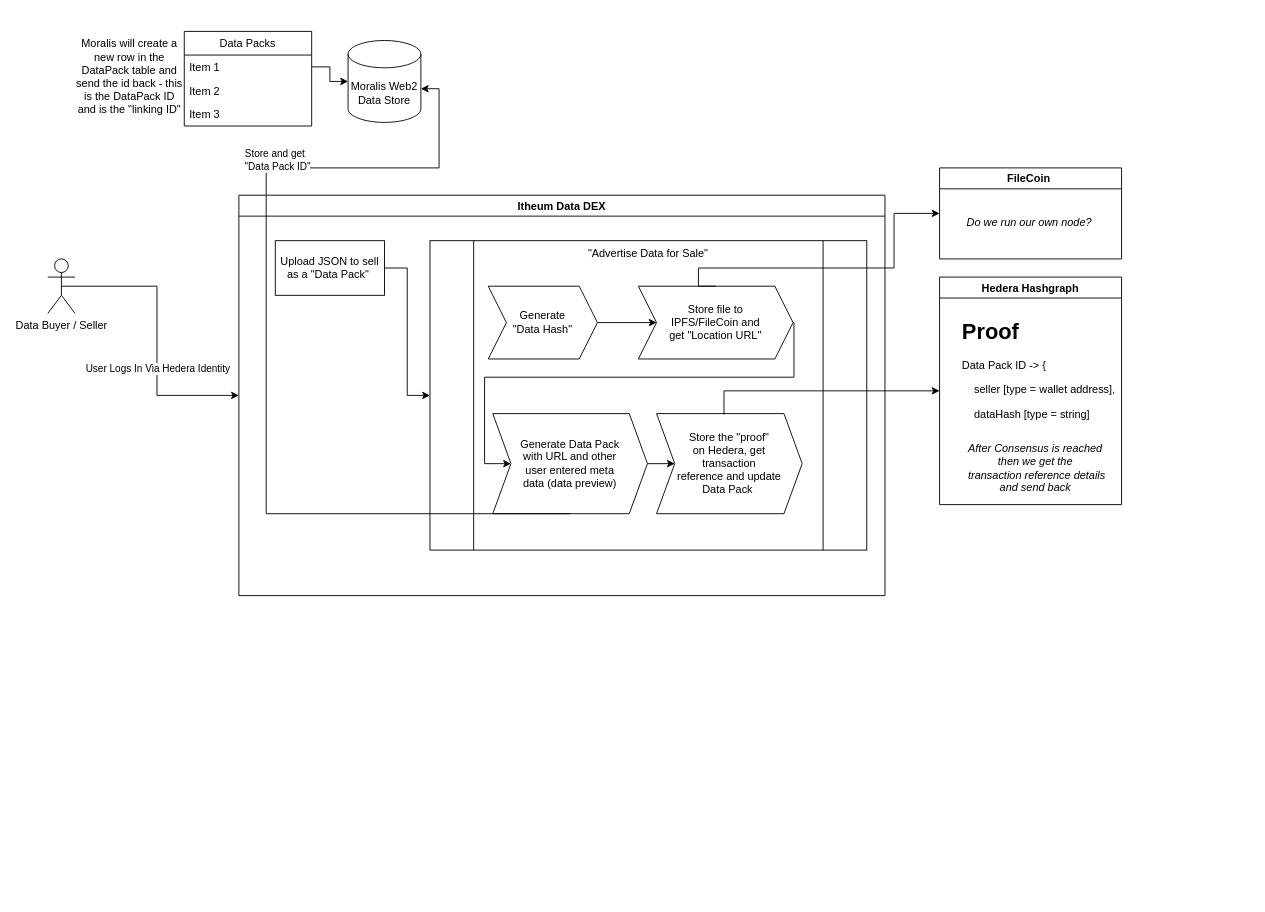
Earlier version of the draw.io diagram EnterpriseDex.drawio (Itheum/architecture-diagrams). Source tidied: cells renumbered, new cells numbered last; positions are measured from the earlier drawing's top-left corner, leaving out a move shared by most shapes. Both pictures are drawn from the tidied source at 91%, with x=0, y=0 at pixel (47, 31).
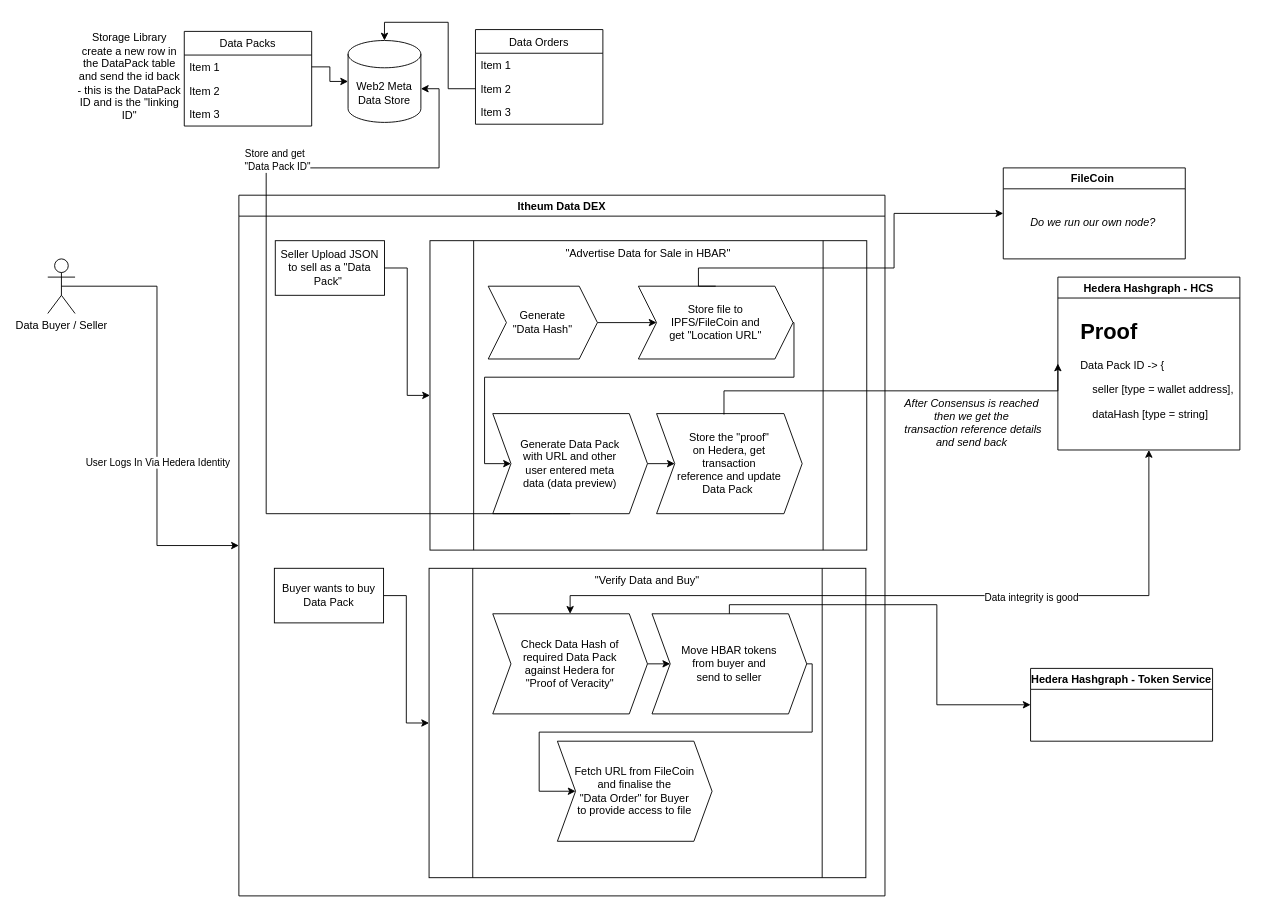
The same diagram, later.

What changed in the source:
```diff
@@
     <mxCell id="2" value="Itheum Data DEX" style="swimlane;" parent="1" vertex="1">
-      <mxGeometry x="210" y="180" width="710" height="440" as="geometry" />
+      <mxGeometry x="210" y="180" width="710" height="770" as="geometry" />
     </mxCell>
@@
-    <mxCell id="4" value="Upload JSON to sell as a &quot;Data Pack&quot;&amp;nbsp;" style="rounded=0;whiteSpace=wrap;html=1;" parent="2" vertex="1">
+    <mxCell id="4" value="Seller Upload JSON to sell as a &quot;Data Pack&quot;&amp;nbsp;" style="rounded=0;whiteSpace=wrap;html=1;" parent="2" vertex="1">
       <mxGeometry x="40" y="50" width="120" height="60" as="geometry" />
     </mxCell>
-    <mxCell id="5" value="&quot;Advertise Data for Sale&quot;" style="shape=process;whiteSpace=wrap;html=1;backgroundOutline=1;verticalAlign=top;" parent="2" vertex="1">
+    <mxCell id="5" value="&quot;Advertise Data for Sale in HBAR&quot;" style="shape=process;whiteSpace=wrap;html=1;backgroundOutline=1;verticalAlign=top;" parent="2" vertex="1">
       <mxGeometry x="210" y="50" width="480" height="340" as="geometry" />
     </mxCell>
@@
+    <mxCell id="32" style="edgeStyle=orthogonalEdgeStyle;rounded=0;jettySize=auto;html=1;entryX=0;entryY=0.5;entryDx=0;entryDy=0;startArrow=none;startFill=0;" parent="2" edge="1" source="33" target="34">
+      <mxGeometry relative="1" as="geometry" />
+    </mxCell>
+    <mxCell id="33" value="Buyer wants to buy Data Pack" style="rounded=0;whiteSpace=wrap;html=1;" parent="2" vertex="1">
+      <mxGeometry x="39" y="410" width="120" height="60" as="geometry" />
+    </mxCell>
+    <mxCell id="34" value="&quot;Verify Data and Buy&quot;" style="shape=process;whiteSpace=wrap;html=1;backgroundOutline=1;verticalAlign=top;" parent="2" vertex="1">
+      <mxGeometry x="209" y="410" width="480" height="340" as="geometry" />
+    </mxCell>
+    <mxCell id="35" style="edgeStyle=orthogonalEdgeStyle;rounded=0;jettySize=auto;html=1;exitX=1;exitY=0.5;exitDx=0;exitDy=0;entryX=0;entryY=0.5;entryDx=0;entryDy=0;startArrow=none;startFill=0;" parent="2" edge="1" source="36" target="38">
+      <mxGeometry relative="1" as="geometry" />
+    </mxCell>
+    <mxCell id="36" value="Check Data Hash of &lt;br&gt;required Data Pack &lt;br&gt;against Hedera for &lt;br&gt;&quot;Proof of Veracity&quot;" style="shape=step;perimeter=stepPerimeter;whiteSpace=wrap;html=1;fixedSize=1;" parent="2" vertex="1">
+      <mxGeometry x="279" y="460" width="170" height="110" as="geometry" />
+    </mxCell>
+    <mxCell id="37" style="edgeStyle=orthogonalEdgeStyle;rounded=0;jettySize=auto;html=1;exitX=1;exitY=0.5;exitDx=0;exitDy=0;entryX=0;entryY=0.5;entryDx=0;entryDy=0;startArrow=none;startFill=0;" parent="2" edge="1" source="38" target="39">
+      <mxGeometry relative="1" as="geometry">
+        <Array as="points">
+          <mxPoint x="630" y="515" />
+          <mxPoint x="630" y="590" />
+          <mxPoint x="330" y="590" />
+          <mxPoint x="330" y="655" />
+        </Array>
+      </mxGeometry>
+    </mxCell>
+    <mxCell id="38" value="Move HBAR tokens &lt;br&gt;from buyer and &lt;br&gt;send to seller" style="shape=step;perimeter=stepPerimeter;whiteSpace=wrap;html=1;fixedSize=1;" parent="2" vertex="1">
+      <mxGeometry x="454" y="460" width="170" height="110" as="geometry" />
+    </mxCell>
+    <mxCell id="39" value="Fetch URL from FileCoin &lt;br&gt;and finalise the &lt;br&gt;&quot;Data Order&quot; for Buyer &lt;br&gt;to provide access to file" style="shape=step;perimeter=stepPerimeter;whiteSpace=wrap;html=1;fixedSize=1;" parent="2" vertex="1">
+      <mxGeometry x="350" y="600" width="170" height="110" as="geometry" />
+    </mxCell>
@@
-    <mxCell id="16" value="Moralis Web2 Data Store" style="shape=cylinder3;whiteSpace=wrap;html=1;boundedLbl=1;backgroundOutline=1;size=15;" parent="1" vertex="1">
+    <mxCell id="16" value="Web2 Meta Data Store" style="shape=cylinder3;whiteSpace=wrap;html=1;boundedLbl=1;backgroundOutline=1;size=15;" parent="1" vertex="1">
       <mxGeometry x="330" y="10" width="80" height="90" as="geometry" />
     </mxCell>
@@
-    <mxCell id="19" value="Moralis will create a new row in the DataPack table and send the id back - this is the DataPack ID and is the &quot;linking ID&quot;" style="text;html=1;strokeColor=none;fillColor=none;align=center;verticalAlign=middle;whiteSpace=wrap;rounded=0;" parent="1" vertex="1">
+    <mxCell id="19" value="Storage Library create a new row in the DataPack table and send the id back - this is the DataPack ID and is the &quot;linking ID&quot;" style="text;html=1;strokeColor=none;fillColor=none;align=center;verticalAlign=middle;whiteSpace=wrap;rounded=0;" parent="1" vertex="1">
       <mxGeometry x="30" y="40" width="120" height="20" as="geometry" />
     </mxCell>
@@
     <mxCell id="25" value="FileCoin " style="swimlane;" parent="1" vertex="1">
-      <mxGeometry x="980" y="150" width="200" height="100" as="geometry" />
+      <mxGeometry x="1050" y="150" width="200" height="100" as="geometry" />
     </mxCell>
@@
-    <mxCell id="27" value="Hedera Hashgraph" style="swimlane;" parent="1" vertex="1">
-      <mxGeometry x="980" y="270" width="200" height="250" as="geometry" />
+    <mxCell id="27" value="Hedera Hashgraph - HCS" style="swimlane;" parent="1" vertex="1">
+      <mxGeometry x="1110" y="270" width="200" height="190" as="geometry" />
     </mxCell>
@@
-    <mxCell id="29" value="After Consensus is reached &lt;br&gt;then we get the&lt;br&gt;&amp;nbsp;transaction reference details &lt;br&gt;and send back" style="text;html=1;align=center;verticalAlign=middle;strokeColor=none;fontStyle=2;" parent="27" vertex="1">
-      <mxGeometry x="20" y="180" width="170" height="60" as="geometry" />
-    </mxCell>
@@
+    <mxCell id="29" value="After Consensus is reached &lt;br&gt;then we get the&lt;br&gt;&amp;nbsp;transaction reference details &lt;br&gt;and send back" style="text;html=1;align=center;verticalAlign=middle;strokeColor=none;fontStyle=2;" parent="1" vertex="1">
+      <mxGeometry x="930" y="400" width="170" height="60" as="geometry" />
+    </mxCell>
+    <mxCell id="40" style="edgeStyle=orthogonalEdgeStyle;rounded=0;jettySize=auto;html=1;entryX=0.5;entryY=1;entryDx=0;entryDy=0;startArrow=classic;startFill=1;" parent="1" edge="1" source="36" target="27">
+      <mxGeometry relative="1" as="geometry">
+        <Array as="points">
+          <mxPoint x="574" y="620" />
+          <mxPoint x="1210" y="620" />
+        </Array>
+      </mxGeometry>
+    </mxCell>
+    <mxCell id="41" value="Data integrity is good" style="edgeLabel;html=1;align=center;verticalAlign=middle;" parent="40" vertex="1">
+      <mxGeometry x="0.29" y="-1" relative="1" as="geometry" />
+    </mxCell>
+    <mxCell id="42" value="Hedera Hashgraph - Token Service" style="swimlane;" parent="1" vertex="1">
+      <mxGeometry x="1080" y="700" width="200" height="80" as="geometry" />
+    </mxCell>
+    <mxCell id="43" style="edgeStyle=orthogonalEdgeStyle;rounded=0;jettySize=auto;html=1;entryX=0;entryY=0.5;entryDx=0;entryDy=0;startArrow=none;startFill=0;" parent="1" edge="1" source="38" target="42">
+      <mxGeometry relative="1" as="geometry">
+        <Array as="points">
+          <mxPoint x="749" y="630" />
+          <mxPoint x="977" y="630" />
+          <mxPoint x="977" y="740" />
+        </Array>
+      </mxGeometry>
+    </mxCell>
+    <mxCell id="44" value="Data Orders" style="swimlane;fontStyle=0;horizontal=1;startSize=26;" parent="1" vertex="1">
+      <mxGeometry x="470" y="-2" width="140" height="104" as="geometry" />
+    </mxCell>
+    <mxCell id="45" value="Item 1" style="text;strokeColor=none;fillColor=none;align=left;verticalAlign=top;spacingLeft=4;spacingRight=4;overflow=hidden;" parent="44" vertex="1">
+      <mxGeometry y="26" width="140" height="26" as="geometry" />
+    </mxCell>
+    <mxCell id="46" value="Item 2" style="text;strokeColor=none;fillColor=none;align=left;verticalAlign=top;spacingLeft=4;spacingRight=4;overflow=hidden;points=[[0,0.5],[1,0.5]];portConstraint=eastwest;" parent="44" vertex="1">
+      <mxGeometry y="52" width="140" height="26" as="geometry" />
+    </mxCell>
+    <mxCell id="47" value="Item 3" style="text;strokeColor=none;fillColor=none;align=left;verticalAlign=top;spacingLeft=4;spacingRight=4;overflow=hidden;" parent="44" vertex="1">
+      <mxGeometry y="78" width="140" height="26" as="geometry" />
+    </mxCell>
+    <mxCell id="48" style="edgeStyle=orthogonalEdgeStyle;rounded=0;jettySize=auto;html=1;exitX=0;exitY=0.5;exitDx=0;exitDy=0;entryX=0.5;entryY=0;entryDx=0;entryDy=0;entryPerimeter=0;startArrow=none;startFill=0;" parent="1" edge="1" source="46" target="16">
+      <mxGeometry relative="1" as="geometry" />
+    </mxCell>
```
